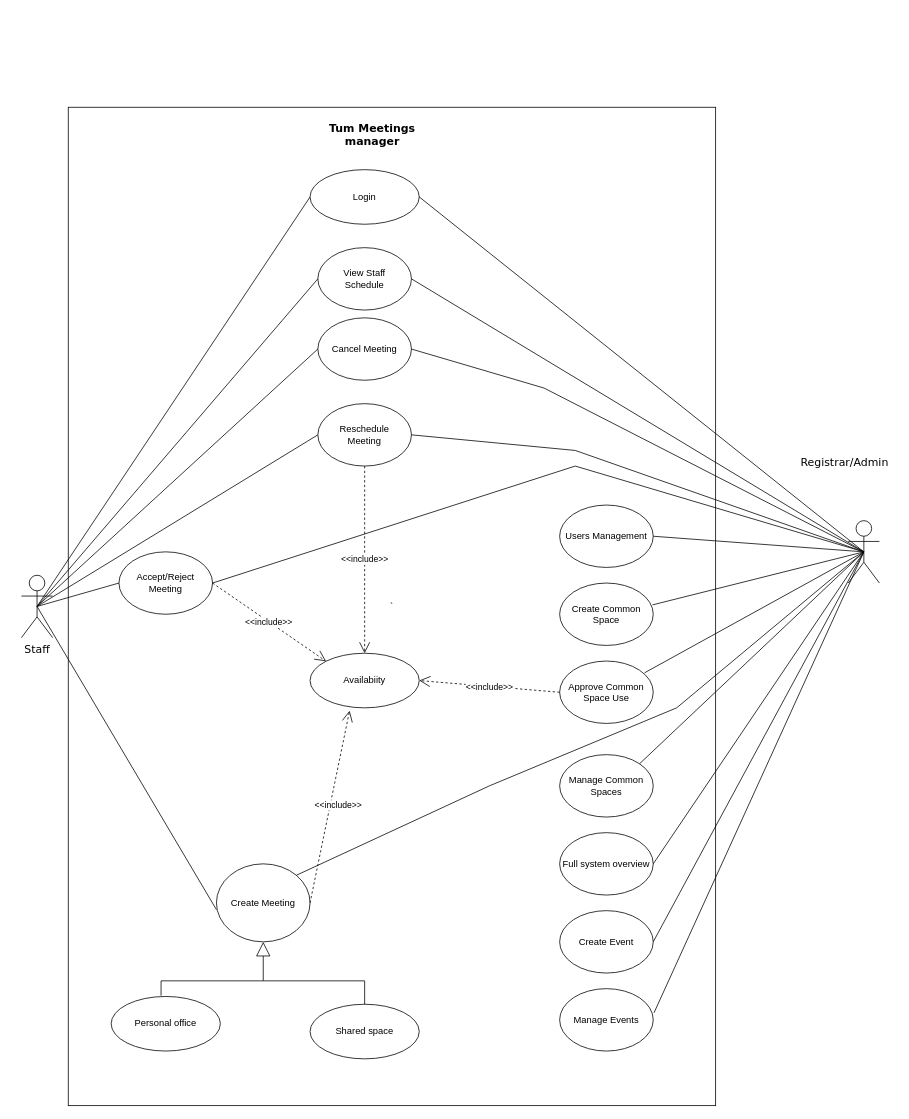
kiavin/auth_pages keeps this draw.io diagram as page "Page-2" (2 of 4) of Untitled Diagram.drawio. Above is the earlier version. Source tidied: cells renumbered, new cells numbered last; positions are measured from the earlier drawing's top-left corner, leaving out a move shared by most shapes. Both pictures are drawn from the tidied source at 78%, with x=0, y=0 at pixel (21, 107).
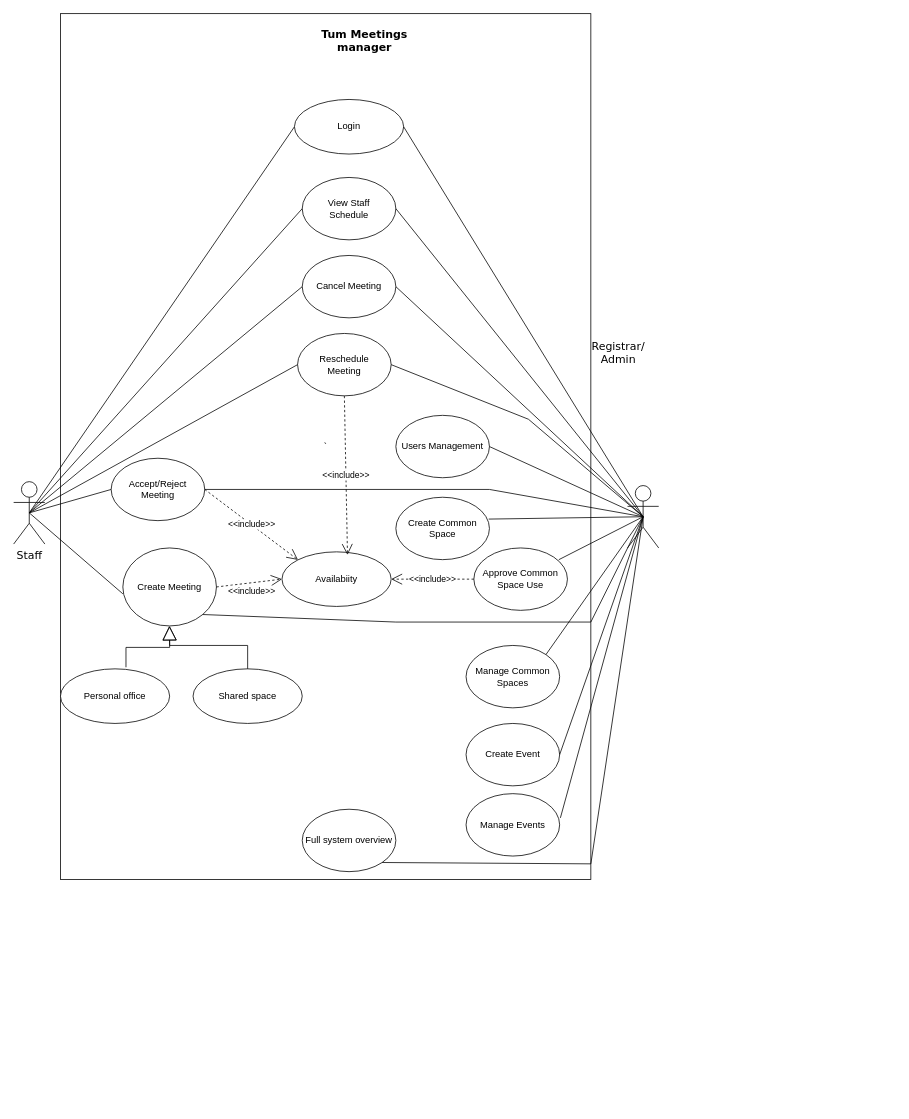
After the change.

What changed in the source:
```diff
@@
     <mxCell id="2" value="`" style="rounded=0;whiteSpace=wrap;html=1;" parent="1" vertex="1">
-      <mxGeometry x="60" width="830" height="1280" as="geometry" />
+      <mxGeometry x="50" y="-120" width="680" height="1110" as="geometry" />
     </mxCell>
     <mxCell id="3" value="&lt;font style=&quot;font-size: 14px;&quot; face=&quot;Verdana&quot;&gt;Staff&lt;/font&gt;" style="shape=umlActor;verticalLabelPosition=bottom;verticalAlign=top;html=1;outlineConnect=0;" parent="1" vertex="1">
-      <mxGeometry y="600" width="40" height="80" as="geometry" />
+      <mxGeometry x="-10" y="480" width="40" height="80" as="geometry" />
     </mxCell>
     <mxCell id="4" style="shape=umlActor;verticalLabelPosition=bottom;verticalAlign=top;html=1;outlineConnect=0;" parent="1" vertex="1">
-      <mxGeometry x="1060" y="530" width="40" height="80" as="geometry" />
+      <mxGeometry x="777" y="485" width="40" height="80" as="geometry" />
     </mxCell>
     <mxCell id="5" value="&lt;div&gt;View Staff&lt;br&gt;&lt;/div&gt;&lt;div&gt;Schedule&lt;br&gt;&lt;/div&gt;" style="ellipse;whiteSpace=wrap;html=1;" parent="1" vertex="1">
-      <mxGeometry x="380" y="180" width="120" height="80" as="geometry" />
+      <mxGeometry x="360" y="90" width="120" height="80" as="geometry" />
     </mxCell>
     <mxCell id="6" value="Cancel Meeting" style="ellipse;whiteSpace=wrap;html=1;" parent="1" vertex="1">
-      <mxGeometry x="380" y="270" width="120" height="80" as="geometry" />
+      <mxGeometry x="360" y="190" width="120" height="80" as="geometry" />
     </mxCell>
     <mxCell id="7" value="&lt;div&gt;Reschedule&lt;/div&gt;&lt;div&gt;Meeting&lt;br&gt;&lt;/div&gt;" style="ellipse;whiteSpace=wrap;html=1;" parent="1" vertex="1">
-      <mxGeometry x="380" y="380" width="120" height="80" as="geometry" />
+      <mxGeometry x="354" y="290" width="120" height="80" as="geometry" />
     </mxCell>
     <mxCell id="8" value="Create Meeting" style="ellipse;whiteSpace=wrap;html=1;" parent="1" vertex="1">
-      <mxGeometry x="250" y="970" width="120" height="100" as="geometry" />
+      <mxGeometry x="130" y="565" width="120" height="100" as="geometry" />
     </mxCell>
     <mxCell id="9" value="Accept/Reject Meeting" style="ellipse;whiteSpace=wrap;html=1;" parent="1" vertex="1">
-      <mxGeometry x="125" y="570" width="120" height="80" as="geometry" />
+      <mxGeometry x="115" y="450" width="120" height="80" as="geometry" />
     </mxCell>
     <mxCell id="10" value="&lt;div&gt;Approve Common&lt;/div&gt;&lt;div&gt;Space Use&lt;br&gt;&lt;/div&gt;" style="ellipse;whiteSpace=wrap;html=1;" parent="1" vertex="1">
-      <mxGeometry x="690" y="710" width="120" height="80" as="geometry" />
+      <mxGeometry x="580" y="565" width="120" height="80" as="geometry" />
     </mxCell>
     <mxCell id="11" value="Create Event" style="ellipse;whiteSpace=wrap;html=1;" parent="1" vertex="1">
-      <mxGeometry x="690" y="1030" width="120" height="80" as="geometry" />
+      <mxGeometry x="570" y="790" width="120" height="80" as="geometry" />
     </mxCell>
     <mxCell id="12" value="Full system overview" style="ellipse;whiteSpace=wrap;html=1;" parent="1" vertex="1">
-      <mxGeometry x="690" y="930" width="120" height="80" as="geometry" />
+      <mxGeometry x="360" y="900" width="120" height="80" as="geometry" />
     </mxCell>
     <mxCell id="13" value="Manage Common Spaces" style="ellipse;whiteSpace=wrap;html=1;" parent="1" vertex="1">
-      <mxGeometry x="690" y="830" width="120" height="80" as="geometry" />
+      <mxGeometry x="570" y="690" width="120" height="80" as="geometry" />
     </mxCell>
     <mxCell id="14" value="Create Common Space" style="ellipse;whiteSpace=wrap;html=1;" parent="1" vertex="1">
-      <mxGeometry x="690" y="610" width="120" height="80" as="geometry" />
+      <mxGeometry x="480" y="500" width="120" height="80" as="geometry" />
     </mxCell>
@@
-    <mxCell id="19" style="endArrow=none;html=1;rounded=0;exitX=0.5;exitY=0.5;exitDx=0;exitDy=0;exitPerimeter=0;entryX=1;entryY=0.5;entryDx=0;entryDy=0;" parent="1" edge="1" source="4" target="12">
-      <mxGeometry relative="1" as="geometry" />
+    <mxCell id="19" style="endArrow=none;html=1;rounded=0;exitX=0.5;exitY=0.5;exitDx=0;exitDy=0;exitPerimeter=0;entryX=1;entryY=1;entryDx=0;entryDy=0;" parent="1" edge="1" source="4" target="12">
+      <mxGeometry relative="1" as="geometry">
+        <Array as="points">
+          <mxPoint x="730" y="970" />
+        </Array>
+      </mxGeometry>
     </mxCell>
@@
     <mxCell id="25" value="Availabiity" style="ellipse;whiteSpace=wrap;html=1;" parent="1" vertex="1">
-      <mxGeometry x="370" y="700" width="140" height="70" as="geometry" />
+      <mxGeometry x="334" y="570" width="140" height="70" as="geometry" />
     </mxCell>
     <mxCell id="26" value="Shared space" style="ellipse;whiteSpace=wrap;html=1;" parent="1" vertex="1">
-      <mxGeometry x="370" y="1150" width="140" height="70" as="geometry" />
+      <mxGeometry x="220" y="720" width="140" height="70" as="geometry" />
     </mxCell>
     <mxCell id="27" value="Login" style="ellipse;whiteSpace=wrap;html=1;" parent="1" vertex="1">
-      <mxGeometry x="370" y="80" width="140" height="70" as="geometry" />
+      <mxGeometry x="350" y="-10" width="140" height="70" as="geometry" />
     </mxCell>
     <mxCell id="28" value="Personal office" style="ellipse;whiteSpace=wrap;html=1;" parent="1" vertex="1">
-      <mxGeometry x="115" y="1140" width="140" height="70" as="geometry" />
+      <mxGeometry x="50" y="720" width="140" height="70" as="geometry" />
     </mxCell>
-    <mxCell id="29" value="&amp;lt;&amp;lt;include&amp;gt;&amp;gt;" style="endArrow=open;endSize=12;dashed=1;html=1;rounded=0;exitX=0.5;exitY=1;exitDx=0;exitDy=0;" parent="1" edge="1" source="7" target="25">
+    <mxCell id="29" value="&amp;lt;&amp;lt;include&amp;gt;&amp;gt;" style="endArrow=open;endSize=12;dashed=1;html=1;rounded=0;exitX=0.5;exitY=1;exitDx=0;exitDy=0;entryX=0.6;entryY=0.057;entryDx=0;entryDy=0;entryPerimeter=0;" parent="1" edge="1" source="7" target="25">
       <mxGeometry relative="1" as="geometry" />
     </mxCell>
@@
-    <mxCell id="31" value="&amp;lt;&amp;lt;include&amp;gt;&amp;gt;" style="endArrow=open;endSize=12;dashed=1;html=1;rounded=0;entryX=0.362;entryY=1.052;entryDx=0;entryDy=0;exitX=1;exitY=0.5;exitDx=0;exitDy=0;entryPerimeter=0;" parent="1" edge="1" source="8" target="25">
+    <mxCell id="31" value="&amp;lt;&amp;lt;include&amp;gt;&amp;gt;" style="endArrow=open;endSize=12;dashed=1;html=1;rounded=0;entryX=0;entryY=0.5;entryDx=0;entryDy=0;exitX=1;exitY=0.5;exitDx=0;exitDy=0;" parent="1" edge="1" source="8" target="25">
       <mxGeometry x="0.03" y="-10" relative="1" as="geometry" />
     </mxCell>
@@
-    <mxCell id="33" style="endArrow=block;endSize=16;endFill=0;html=1;rounded=0;entryX=0.5;entryY=1;entryDx=0;entryDy=0;exitX=0.457;exitY=-0.014;exitDx=0;exitDy=0;exitPerimeter=0;edgeStyle=orthogonalEdgeStyle;" parent="1" edge="1" source="28" target="8">
-      <mxGeometry relative="1" as="geometry">
-        <Array as="points">
-          <mxPoint x="179" y="1120" />
-          <mxPoint x="310" y="1120" />
-        </Array>
-      </mxGeometry>
-    </mxCell>
-    <mxCell id="34" style="endArrow=none;html=1;rounded=0;" parent="1" edge="1">
-      <mxGeometry relative="1" as="geometry">
-        <mxPoint x="310" y="1120" as="sourcePoint" />
-        <mxPoint x="440" y="1150" as="targetPoint" />
-        <Array as="points">
-          <mxPoint x="440" y="1120" />
-        </Array>
-      </mxGeometry>
-    </mxCell>
     <mxCell id="35" value="&lt;font face=&quot;Verdana&quot;&gt;&lt;b&gt;&lt;font style=&quot;font-size: 14px;&quot;&gt;Tum Meetings manager&lt;/font&gt;&lt;/b&gt;&lt;/font&gt;" style="text;html=1;align=center;verticalAlign=middle;whiteSpace=wrap;rounded=0;" parent="1" vertex="1">
-      <mxGeometry x="360" y="20" width="180" height="30" as="geometry" />
+      <mxGeometry x="350" y="-100" width="180" height="30" as="geometry" />
     </mxCell>
@@
     <mxCell id="37" style="endArrow=none;html=1;rounded=0;exitX=1;exitY=0.5;exitDx=0;exitDy=0;entryX=0.5;entryY=0.5;entryDx=0;entryDy=0;entryPerimeter=0;" parent="1" edge="1" source="7" target="4">
       <mxGeometry relative="1" as="geometry">
         <Array as="points">
-          <mxPoint x="710" y="440" />
+          <mxPoint x="650" y="400" />
         </Array>
       </mxGeometry>
     </mxCell>
-    <mxCell id="38" style="endArrow=none;html=1;rounded=0;entryX=0.5;entryY=0.5;entryDx=0;entryDy=0;entryPerimeter=0;exitX=1;exitY=0;exitDx=0;exitDy=0;" parent="1" edge="1" source="8" target="4">
+    <mxCell id="38" style="endArrow=none;html=1;rounded=0;entryX=0.5;entryY=0.5;entryDx=0;entryDy=0;entryPerimeter=0;exitX=1;exitY=1;exitDx=0;exitDy=0;" parent="1" edge="1" source="8" target="4">
       <mxGeometry relative="1" as="geometry">
         <Array as="points">
-          <mxPoint x="600" y="870" />
-          <mxPoint x="840" y="770" />
+          <mxPoint x="480" y="660" />
+          <mxPoint x="730" y="660" />
         </Array>
       </mxGeometry>
     </mxCell>
     <mxCell id="39" style="endArrow=none;html=1;rounded=0;exitX=1;exitY=0.5;exitDx=0;exitDy=0;entryX=0.5;entryY=0.5;entryDx=0;entryDy=0;entryPerimeter=0;" parent="1" edge="1" source="6" target="4">
-      <mxGeometry relative="1" as="geometry">
-        <Array as="points">
-          <mxPoint x="670" y="360" />
-        </Array>
-      </mxGeometry>
+      <mxGeometry relative="1" as="geometry" />
     </mxCell>
@@
     <mxCell id="42" style="endArrow=none;html=1;rounded=0;exitX=1;exitY=0.5;exitDx=0;exitDy=0;entryX=0.5;entryY=0.5;entryDx=0;entryDy=0;entryPerimeter=0;" parent="1" edge="1" source="9" target="4">
       <mxGeometry relative="1" as="geometry">
         <Array as="points">
-          <mxPoint x="710" y="460" />
+          <mxPoint x="600" y="490" />
         </Array>
       </mxGeometry>
     </mxCell>
-    <mxCell id="43" value="&lt;font style=&quot;font-size: 14px;&quot; face=&quot;Verdana&quot;&gt;Registrar/Admin&lt;/font&gt;" style="text;html=1;align=center;verticalAlign=middle;strokeColor=none;fillColor=none;" parent="1" vertex="1">
-      <mxGeometry x="990" y="440" width="130" height="30" as="geometry" />
+    <mxCell id="43" value="&lt;div&gt;&lt;font style=&quot;font-size: 14px;&quot; face=&quot;Verdana&quot;&gt;Registrar/&lt;/font&gt;&lt;/div&gt;&lt;div&gt;&lt;font style=&quot;font-size: 14px;&quot; face=&quot;Verdana&quot;&gt;Admin&lt;/font&gt;&lt;/div&gt;" style="text;html=1;align=center;verticalAlign=middle;strokeColor=none;fillColor=none;" parent="1" vertex="1">
+      <mxGeometry x="720" y="290" width="90" height="50" as="geometry" />
     </mxCell>
     <mxCell id="44" value="Users Management" style="ellipse;whiteSpace=wrap;html=1;" parent="1" vertex="1">
-      <mxGeometry x="690" y="510" width="120" height="80" as="geometry" />
+      <mxGeometry x="480" y="395" width="120" height="80" as="geometry" />
     </mxCell>
@@
     <mxCell id="46" value="Manage Events" style="ellipse;whiteSpace=wrap;html=1;" parent="1" vertex="1">
-      <mxGeometry x="690" y="1130" width="120" height="80" as="geometry" />
+      <mxGeometry x="570" y="880" width="120" height="80" as="geometry" />
     </mxCell>
@@
+    <mxCell id="33" style="endArrow=block;endSize=16;endFill=0;html=1;rounded=0;fontSize=12;entryX=0.5;entryY=1;entryDx=0;entryDy=0;exitX=0.6;exitY=-0.029;exitDx=0;exitDy=0;exitPerimeter=0;edgeStyle=orthogonalEdgeStyle;" parent="1" edge="1" source="28" target="8">
+      <mxGeometry relative="1" as="geometry" />
+    </mxCell>
+    <mxCell id="48" style="endArrow=block;endSize=16;endFill=0;html=1;rounded=0;fontSize=12;entryX=0.5;entryY=1;entryDx=0;entryDy=0;exitX=0.5;exitY=0;exitDx=0;exitDy=0;" parent="1" edge="1" source="26">
+      <mxGeometry relative="1" as="geometry">
+        <mxPoint x="189.5" y="665" as="targetPoint" />
+        <Array as="points">
+          <mxPoint x="290" y="690" />
+          <mxPoint x="190" y="690" />
+        </Array>
+      </mxGeometry>
+    </mxCell>
```
